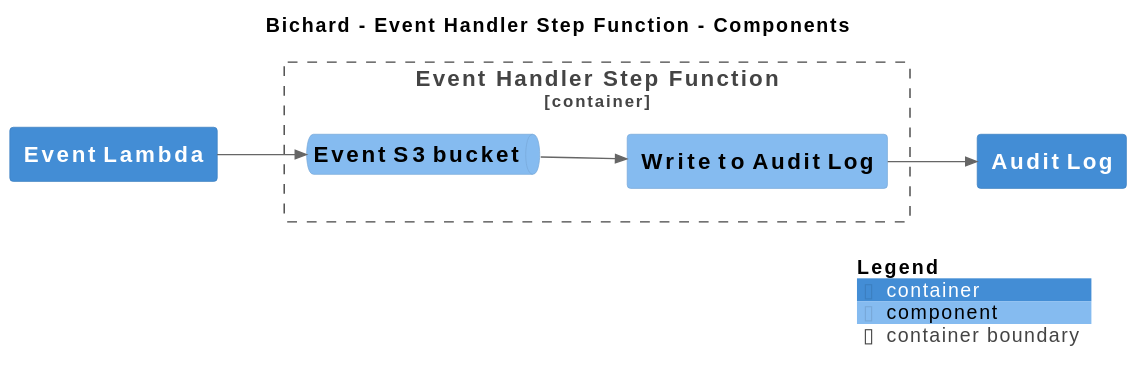
Earlier version of the PlantUML export main/svg/Component-005.svg (ministryofjustice/bichard7-next-core). Its source is kept beside it as main/puml/Component-005.puml. The source it was exported from:
```plantuml
@startuml
set separator none
title Bichard - Event Handler Step Function - Components

left to right direction

!include <C4/C4>
!include <C4/C4_Context>
!include <C4/C4_Container>
!include <C4/C4_Component>

Container(Bichard.EventLambda, "Event Lambda", $techn="", $descr="", $tags="", $link="")
Container(Bichard.AuditLog, "Audit Log", $techn="", $descr="", $tags="", $link="")

Container_Boundary("Bichard.EventHandlerStepFunction_boundary", "Event Handler Step Function", $tags="") {
  ComponentQueue(Bichard.EventHandlerStepFunction.EventS3bucket, "Event S3 bucket", $techn="", $descr="", $tags="", $link="")
  Component(Bichard.EventHandlerStepFunction.WritetoAuditLog, "Write to Audit Log", $techn="", $descr="", $tags="", $link="")
}

Rel(Bichard.EventLambda, Bichard.EventHandlerStepFunction.EventS3bucket, "", $techn="", $tags="", $link="")
Rel(Bichard.EventHandlerStepFunction.EventS3bucket, Bichard.EventHandlerStepFunction.WritetoAuditLog, "", $techn="", $tags="", $link="")
Rel(Bichard.EventHandlerStepFunction.WritetoAuditLog, Bichard.AuditLog, "", $techn="", $tags="", $link="")

SHOW_LEGEND(true)
@enduml
```
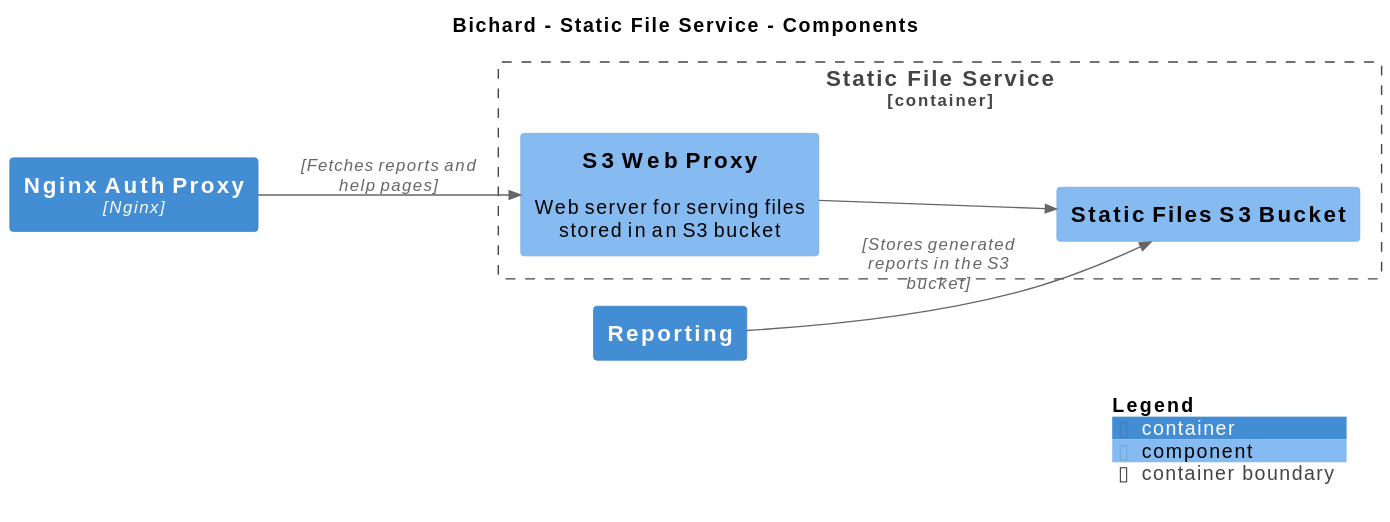
Later version of the same file.

Diff of the diagram source:
```diff
@@ -1,6 +1,6 @@
 @startuml
 set separator none
-title Bichard - Event Handler Step Function - Components
+title Bichard - Static File Service - Components
 
 left to right direction
 
@@ -9,17 +9,17 @@
 !include <C4/C4_Container>
 !include <C4/C4_Component>
 
-Container(Bichard.EventLambda, "Event Lambda", $techn="", $descr="", $tags="", $link="")
-Container(Bichard.AuditLog, "Audit Log", $techn="", $descr="", $tags="", $link="")
+Container(Bichard.NginxAuthProxy, "Nginx Auth Proxy", $techn="Nginx", $descr="", $tags="", $link="")
+Container(Bichard.Reporting, "Reporting", $techn="", $descr="", $tags="", $link="")
 
-Container_Boundary("Bichard.EventHandlerStepFunction_boundary", "Event Handler Step Function", $tags="") {
-  ComponentQueue(Bichard.EventHandlerStepFunction.EventS3bucket, "Event S3 bucket", $techn="", $descr="", $tags="", $link="")
-  Component(Bichard.EventHandlerStepFunction.WritetoAuditLog, "Write to Audit Log", $techn="", $descr="", $tags="", $link="")
+Container_Boundary("Bichard.StaticFileService_boundary", "Static File Service", $tags="") {
+  Component(Bichard.StaticFileService.S3WebProxy, "S3 Web Proxy", $techn="", $descr="Web server for serving files stored in an S3 bucket", $tags="", $link="")
+  Component(Bichard.StaticFileService.StaticFilesS3Bucket, "Static Files S3 Bucket", $techn="", $descr="", $tags="", $link="")
 }
 
-Rel(Bichard.EventLambda, Bichard.EventHandlerStepFunction.EventS3bucket, "", $techn="", $tags="", $link="")
-Rel(Bichard.EventHandlerStepFunction.EventS3bucket, Bichard.EventHandlerStepFunction.WritetoAuditLog, "", $techn="", $tags="", $link="")
-Rel(Bichard.EventHandlerStepFunction.WritetoAuditLog, Bichard.AuditLog, "", $techn="", $tags="", $link="")
+Rel(Bichard.Reporting, Bichard.StaticFileService.StaticFilesS3Bucket, "", $techn="Stores generated reports in the S3 bucket", $tags="", $link="")
+Rel(Bichard.StaticFileService.S3WebProxy, Bichard.StaticFileService.StaticFilesS3Bucket, "", $techn="", $tags="", $link="")
+Rel(Bichard.NginxAuthProxy, Bichard.StaticFileService.S3WebProxy, "", $techn="Fetches reports and help pages", $tags="", $link="")
 
 SHOW_LEGEND(true)
 @enduml
```
